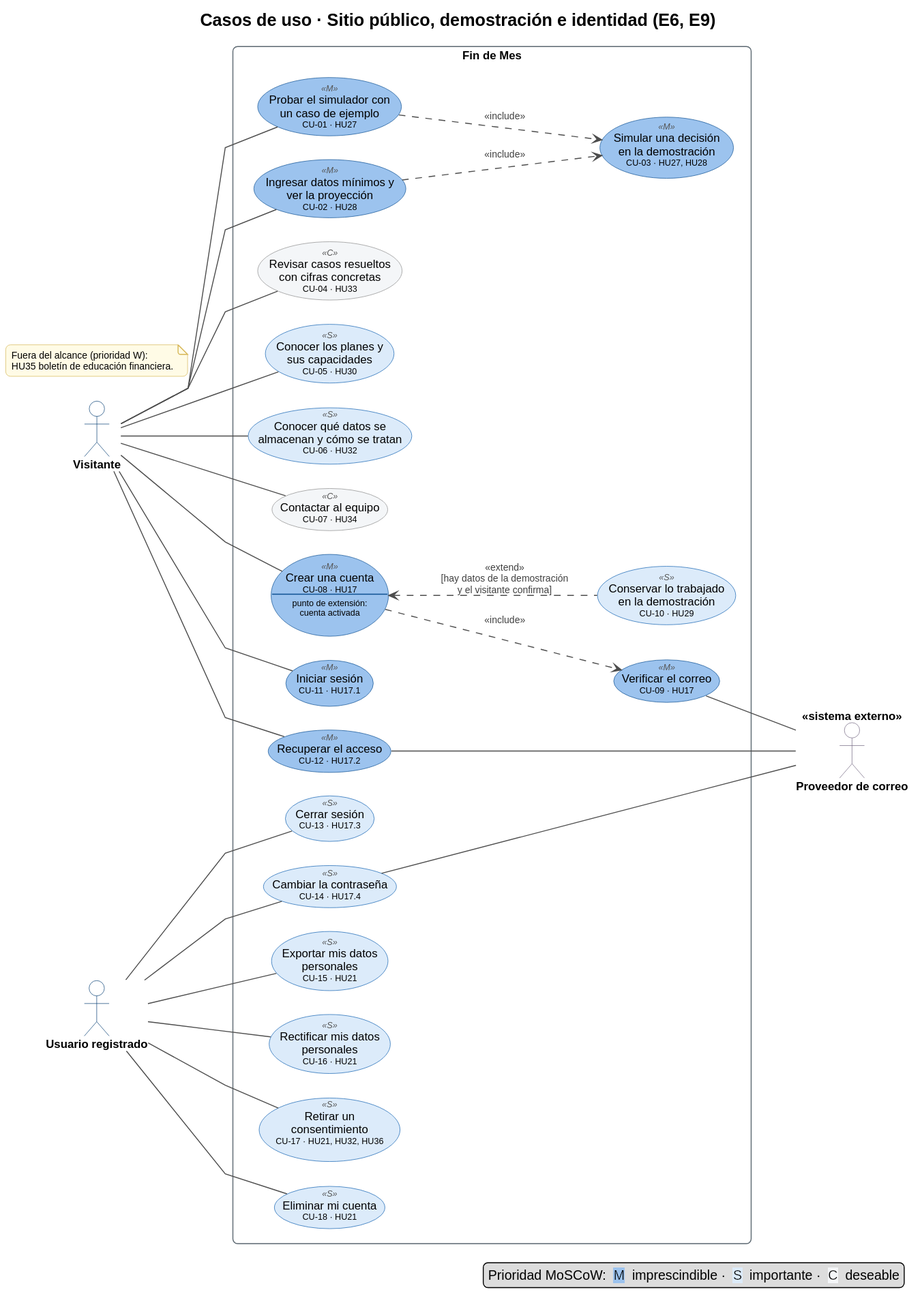
Above: docs/diagrams/use-cases/cu-1-sitio-publico-e-identidad.svg in offlnr/findemes (PlantUML), before the change.
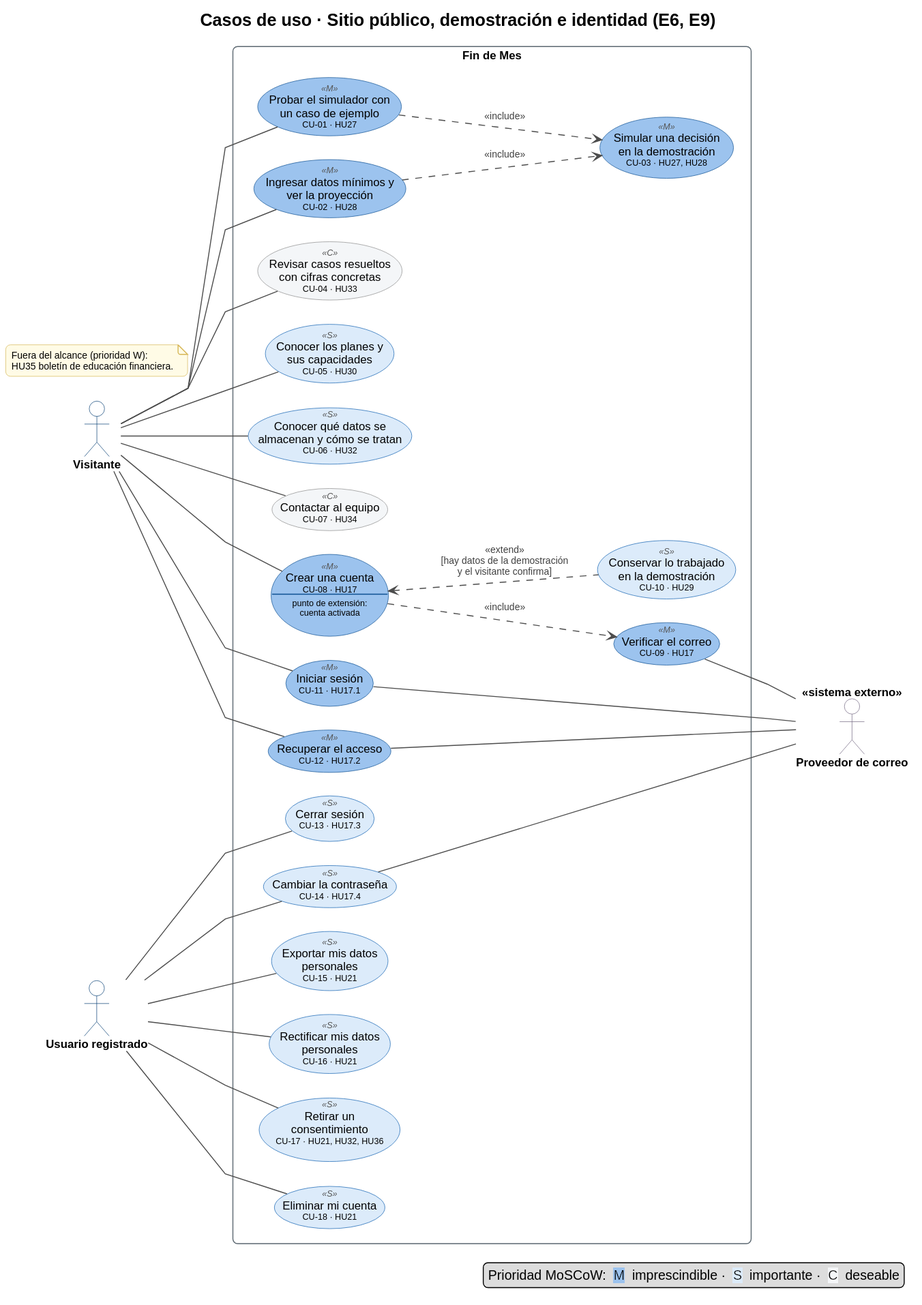
After the commit.

The edit, as a diff of the source:
```diff
@@ -59,6 +59,7 @@
 
 VERIFY -- MAIL
 HU172 -- MAIL
+HU171 -- MAIL
 HU174 -- MAIL
 
 note "Fuera del alcance (prioridad W):\nHU35 boletín de educación financiera." as OUT
```
